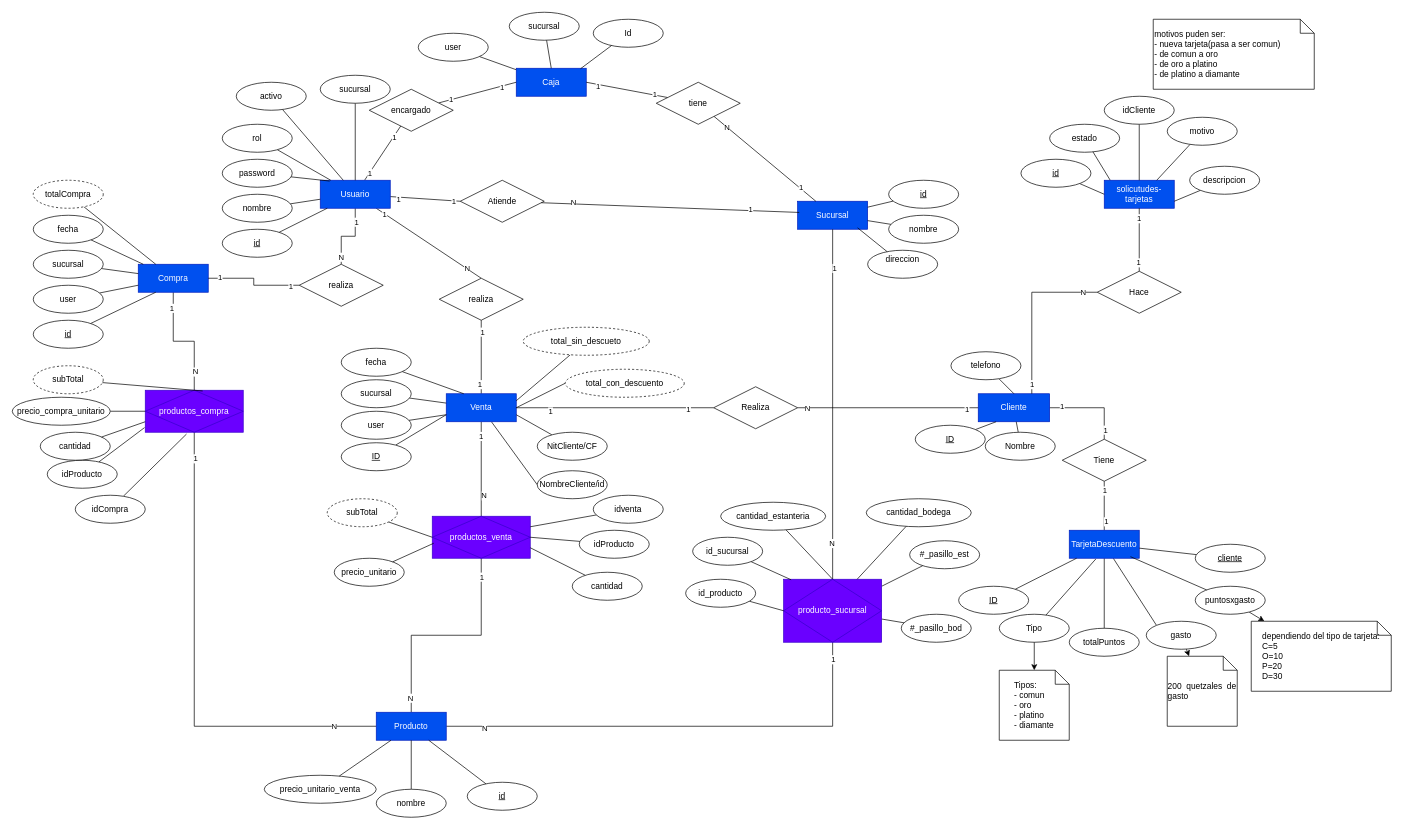
This is ManualTecnico/Entidad_Relacion.drawio from EilerGomez/GamerProXela_ArchivosSS2024, a draw.io file, before an edit. Source tidied: cells renumbered, new cells numbered last; positions are measured from the earlier drawing's top-left corner, leaving out a move shared by most shapes. Both pictures are drawn from the tidied source at 70%, with x=0, y=0 at pixel (12, 12).
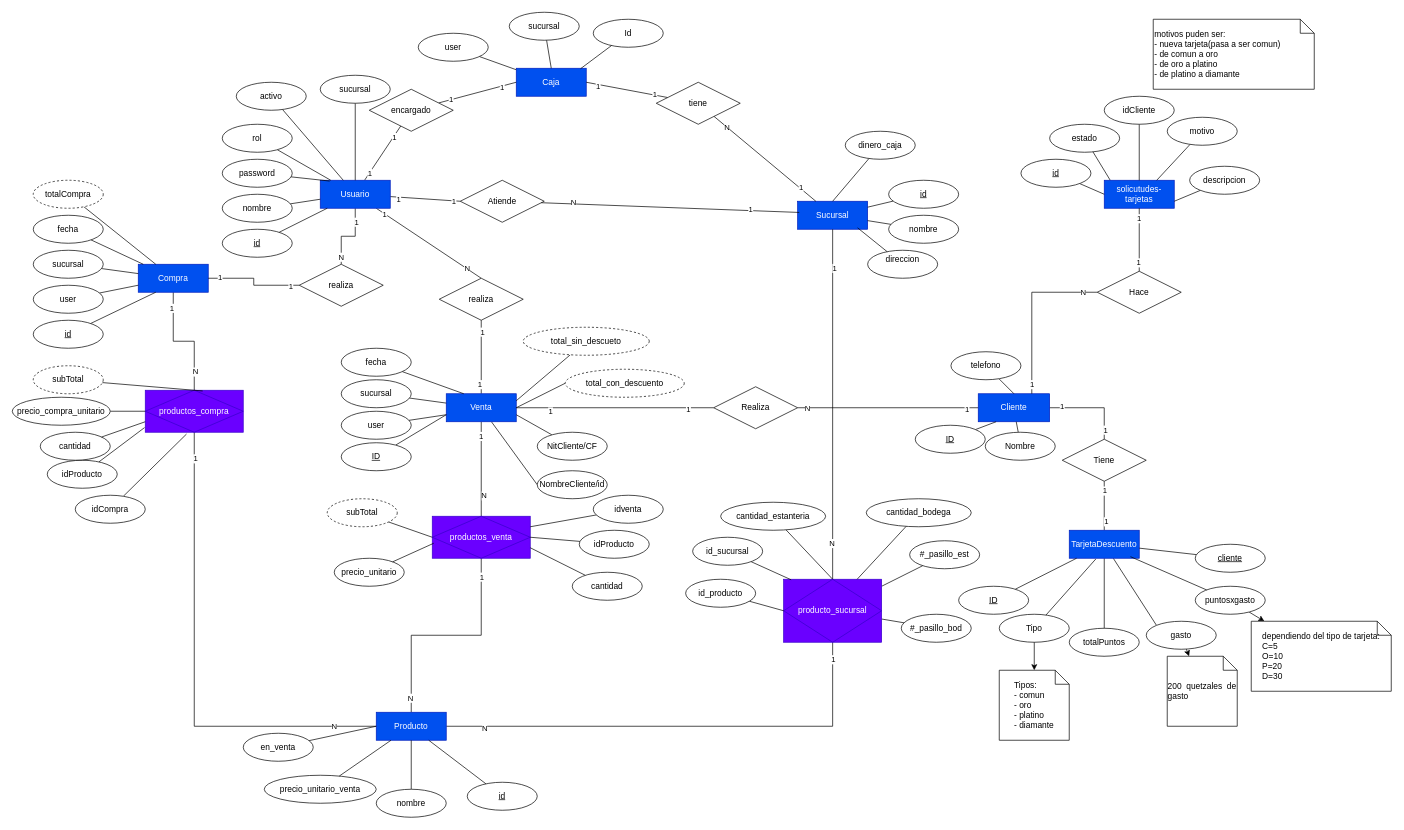
Above is the later version.

Unchanged cells that the change refers to:
```xml
<mxCell id="22" value="Sucursal" style="whiteSpace=wrap;html=1;align=center;fillColor=#0050ef;strokeColor=#001DBC;fontColor=#ffffff;" parent="1" vertex="1">
  <mxGeometry x="1122" y="270" width="100" height="40" as="geometry" />
</mxCell>
<mxCell id="42" value="Producto" style="whiteSpace=wrap;html=1;align=center;fillColor=#0050ef;strokeColor=#001DBC;fontColor=#ffffff;" parent="1" vertex="1">
  <mxGeometry x="520" y="1000" width="100" height="40" as="geometry" />
</mxCell>
```

Change to the diagram source:
```diff
@@
+    <mxCell id="212" style="rounded=0;jettySize=auto;html=1;entryX=0;entryY=0.5;entryDx=0;entryDy=0;endArrow=none;endFill=0;" parent="1" edge="1" source="213" target="42">
+      <mxGeometry relative="1" as="geometry" />
+    </mxCell>
+    <mxCell id="213" value="en_venta" style="ellipse;whiteSpace=wrap;html=1;align=center;" parent="1" vertex="1">
+      <mxGeometry x="330" y="1030" width="100" height="40" as="geometry" />
+    </mxCell>
+    <mxCell id="214" style="rounded=0;jettySize=auto;html=1;entryX=0.5;entryY=0;entryDx=0;entryDy=0;endArrow=none;endFill=0;" parent="1" edge="1" source="215" target="22">
+      <mxGeometry relative="1" as="geometry" />
+    </mxCell>
+    <mxCell id="215" value="dinero_caja" style="ellipse;whiteSpace=wrap;html=1;align=center;" parent="1" vertex="1">
+      <mxGeometry x="1190" y="170" width="100" height="40" as="geometry" />
+    </mxCell>
```
